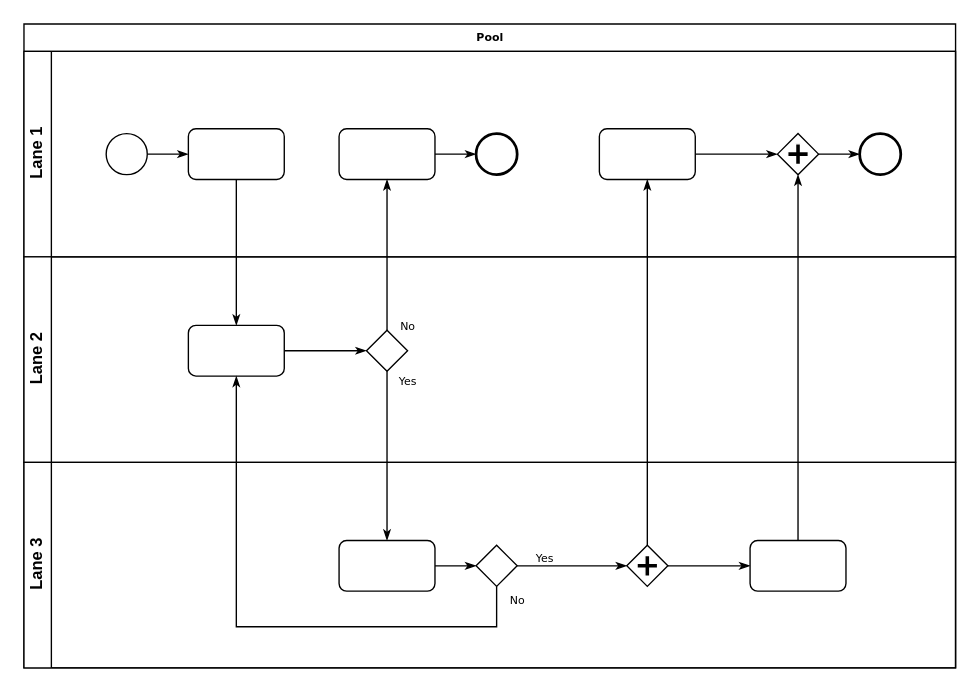
This is Untitled Diagram.drawio from VitorBassDev/diagramacao, a draw.io file, before an edit. Source tidied: cells renumbered, new cells numbered last; positions are measured from the earlier drawing's top-left corner, leaving out a move shared by most shapes. Both pictures are drawn from the tidied source at 137%, with x=0, y=0 at pixel (23, 23).
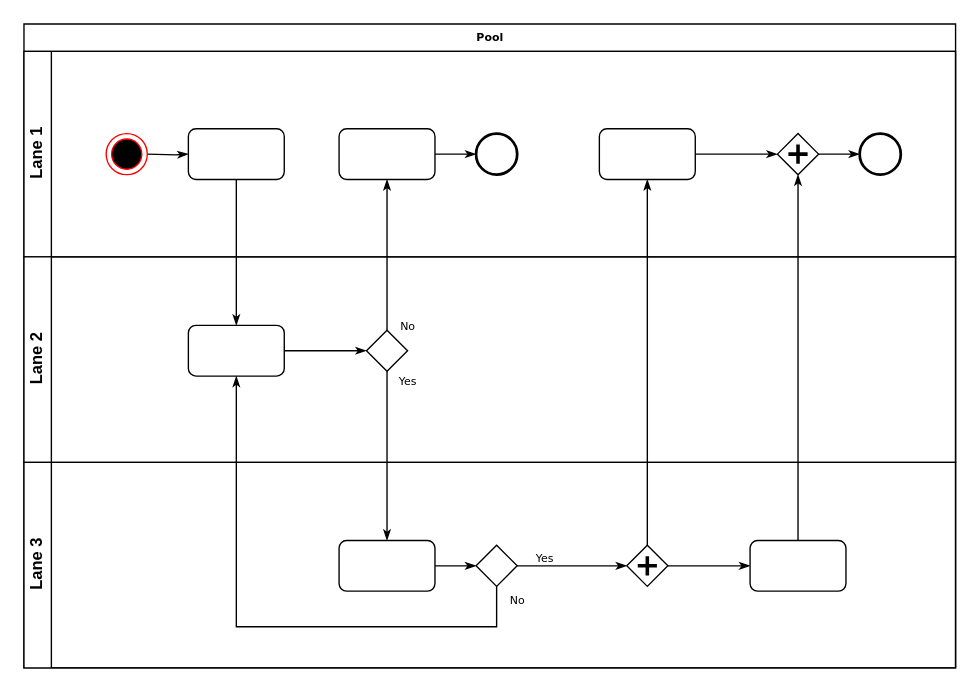
After the change.

Unchanged cells that the change refers to:
```xml
<mxCell id="3" value="Lane 1" style="swimlane;html=1;startSize=20;horizontal=0;" parent="2" vertex="1">
  <mxGeometry y="20" width="680" height="150" as="geometry" />
</mxCell>
<mxCell id="6" style="rounded=1;whiteSpace=wrap;html=1;shadow=0;labelBackgroundColor=none;strokeWidth=1;fontFamily=Verdana;fontSize=8;align=center;" parent="3" vertex="1">
  <mxGeometry x="120" y="56.5" width="70" height="37" as="geometry" />
</mxCell>
```

The edit, as a diff of the source:
```diff
@@
-    <mxCell id="4" style="edgeStyle=orthogonalEdgeStyle;rounded=0;html=1;labelBackgroundColor=none;startArrow=none;startFill=0;startSize=5;endArrow=classicThin;endFill=1;endSize=5;jettySize=auto;strokeWidth=1;fontFamily=Verdana;fontSize=8;" parent="3" edge="1" source="5" target="6">
-      <mxGeometry relative="1" as="geometry" />
+    <mxCell id="4" style="edgeStyle=orthogonalEdgeStyle;rounded=0;html=1;labelBackgroundColor=none;startArrow=none;startFill=0;startSize=5;endArrow=classicThin;endFill=1;endSize=5;jettySize=auto;strokeWidth=1;fontFamily=Verdana;fontSize=8;" parent="3" edge="1" target="6">
+      <mxGeometry relative="1" as="geometry">
+        <mxPoint x="90" y="75" as="sourcePoint" />
+      </mxGeometry>
     </mxCell>
-    <mxCell id="5" style="ellipse;whiteSpace=wrap;html=1;rounded=0;shadow=0;labelBackgroundColor=none;strokeWidth=1;fontFamily=Verdana;fontSize=8;align=center;" parent="3" vertex="1">
-      <mxGeometry x="60" y="60" width="30" height="30" as="geometry" />
-    </mxCell>
@@
+    <mxCell id="33" style="ellipse;html=1;shape=endState;fillColor=#000000;strokeColor=#ff0000;" parent="3" vertex="1">
+      <mxGeometry x="60" y="60" width="30" height="30" as="geometry" />
+    </mxCell>
```
